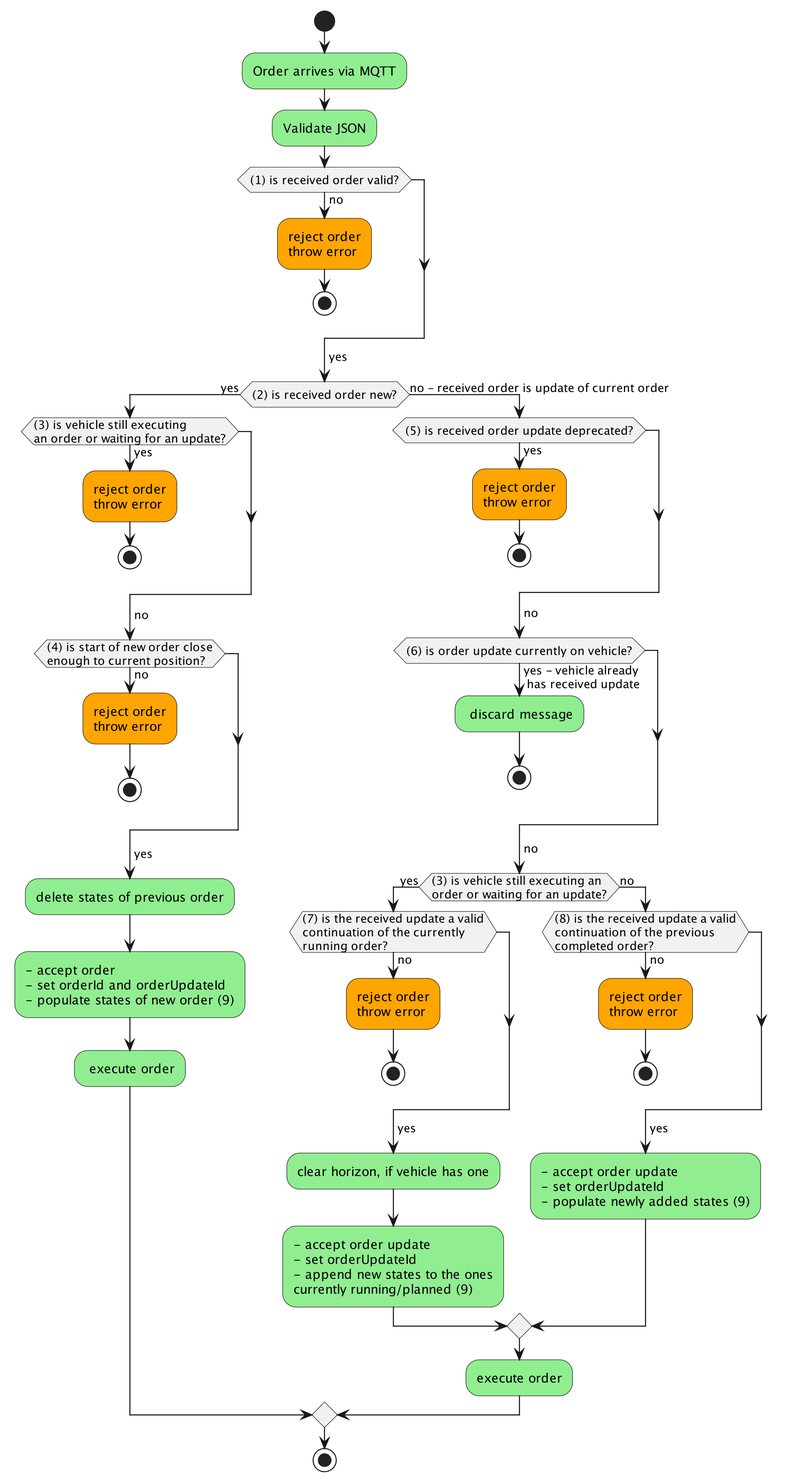
VDA5050/VDA5050 keeps this PlantUML diagram as assets/process_order_update.png. Above is the earlier version.
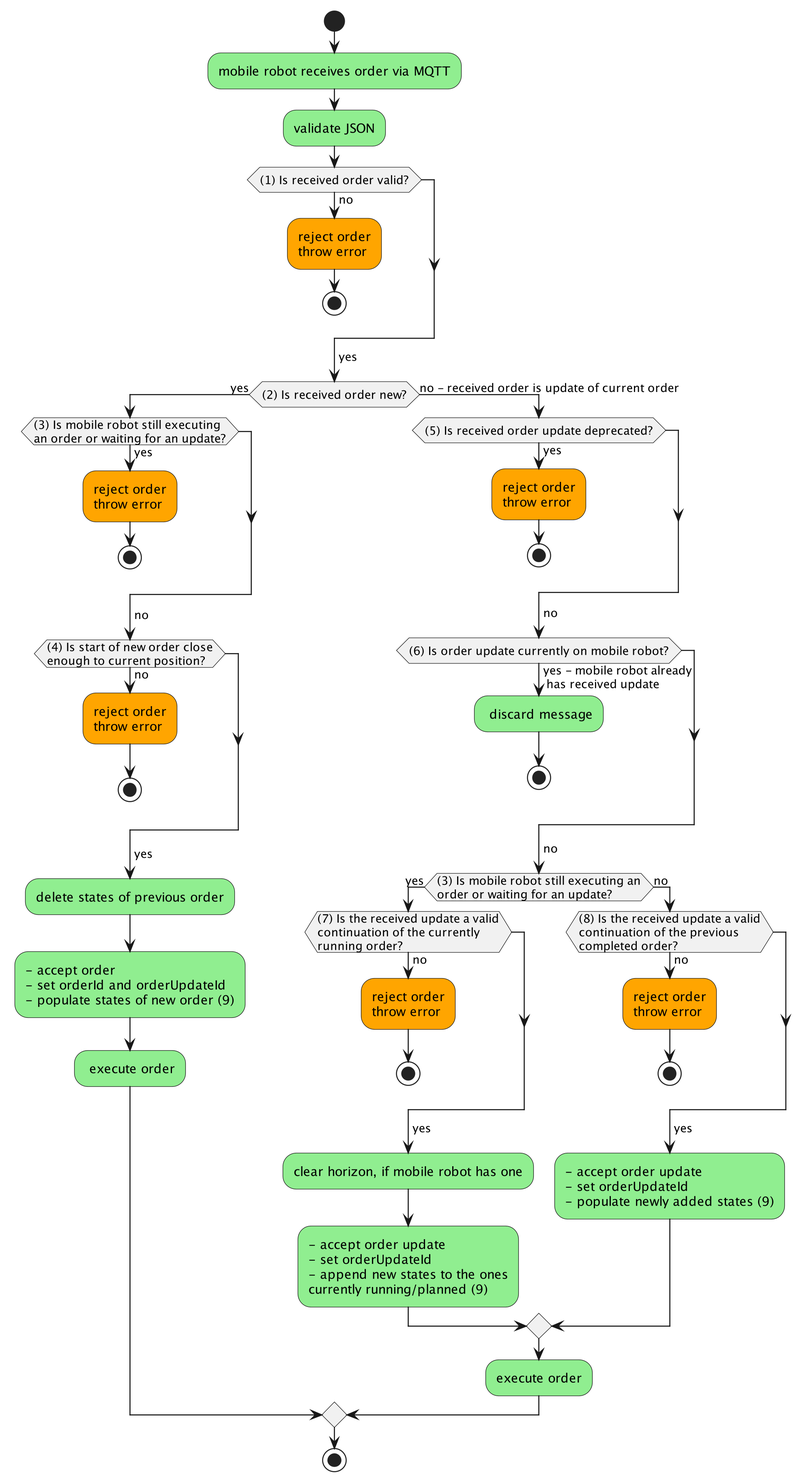
The same diagram one commit later.

Diff of the diagram source:
```diff
@@ -1,21 +1,21 @@
 @startuml
 skinparam dpi 250
 start
-#lightgreen:Order arrives via MQTT;
-#lightgreen:Validate JSON;
-if ((1) is received order valid?) then (no)
+#lightgreen:mobile robot receives order via MQTT;
+#lightgreen:validate JSON;
+if ((1) Is received order valid?) then (no)
     #orange:reject order
     throw error;
     stop
 endif
 ->yes;
-    if ((2) is received order new?) then (yes)
-        if ((3) is vehicle still executing\nan order or waiting for an update?) then (yes)
+    if ((2) Is received order new?) then (yes)
+        if ((3) Is mobile robot still executing\nan order or waiting for an update?) then (yes)
         #orange:reject order\nthrow error;
          stop
        endif
        ->no;
-            if ((4) is start of new order close\nenough to current position?) then (no)
+            if ((4) Is start of new order close\nenough to current position?) then (no)
                 #orange:reject order\nthrow error;
                 stop
             endif
@@ -24,26 +24,26 @@
                 #lightgreen:- accept order\n- set orderId and orderUpdateId\n- populate states of new order (9);
           #lightgreen: execute order;
      else (no - received order is update of current order)
-        if ((5) is received order update deprecated?) then (yes)
+        if ((5) Is received order update deprecated?) then (yes)
             #orange:reject order\nthrow error;
             stop
         endif
         ->no;
-            if ((6) is order update currently on vehicle?) then (yes - vehicle already\n has received update)
+            if ((6) Is order update currently on mobile robot?) then (yes - mobile robot already\n has received update)
                 #lightgreen: discard message;
                 stop
             endif
             ->no;
-                if ((3) is vehicle still executing an\norder or waiting for an update?) then (yes)
-                    if ((7) is the received update a valid\ncontinuation of the currently\nrunning order?) then (no)
+                if ((3) Is mobile robot still executing an\norder or waiting for an update?) then (yes)
+                    if ((7) Is the received update a valid\ncontinuation of the currently\nrunning order?) then (no)
                       #orange:reject order\nthrow error;
                       stop
                     endif
                     ->yes;
-                        #lightgreen:clear horizon, if vehicle has one;
+                        #lightgreen:clear horizon, if mobile robot has one;
                         #lightgreen:- accept order update\n- set orderUpdateId\n- append new states to the ones\ncurrently running/planned (9);
                 else (no)
-                    if ((8) is the received update a valid\ncontinuation of the previous\ncompleted order?) then (no)
+                    if ((8) Is the received update a valid\ncontinuation of the previous\ncompleted order?) then (no)
                         #orange:reject order\nthrow error;
                         stop;
                     endif
```
